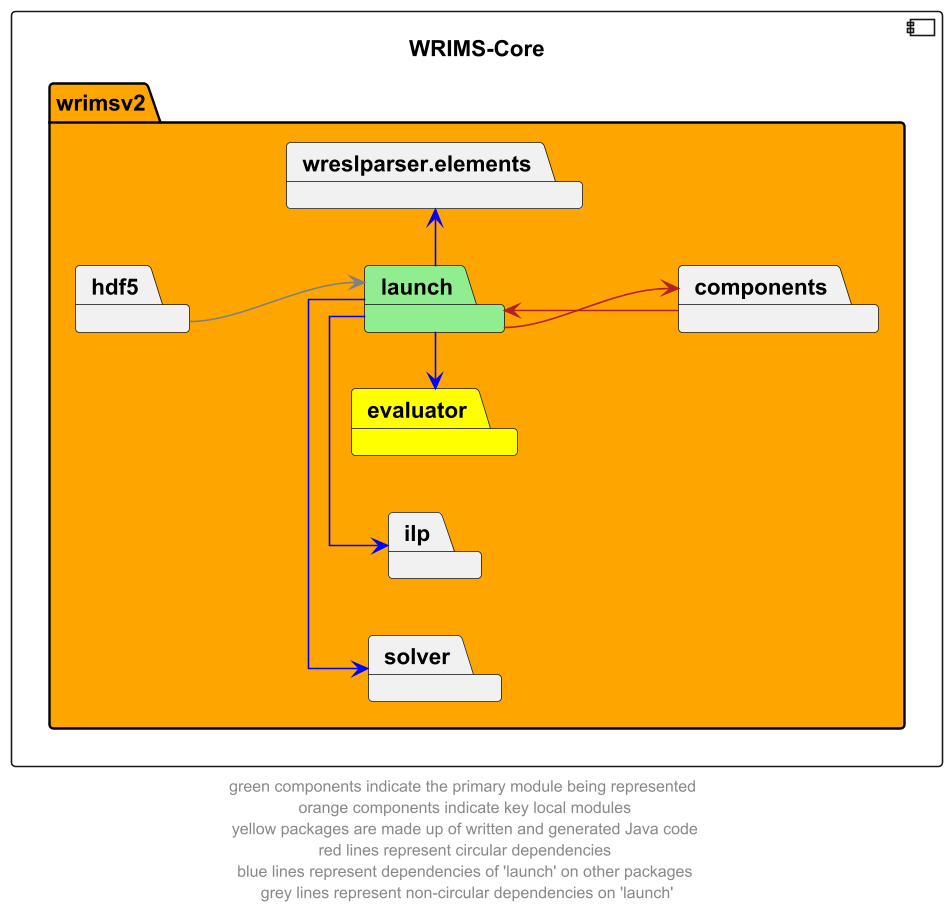
The PlantUML diagram docs/diagrams/wrims-core/wrims-core_launch.png in CentralValleyModeling/wrims-engine, before a commit.
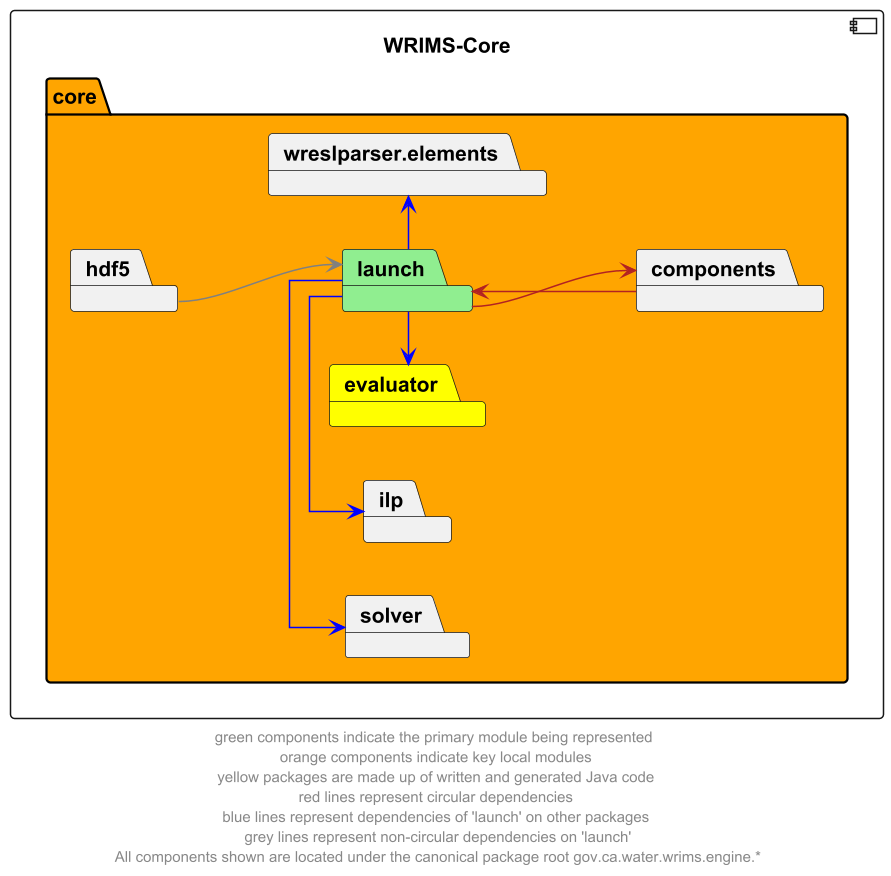
The same file after the commit.

What changed in the source:
```diff
@@ -3,7 +3,7 @@
 skinparam linetype ortho
 
 component wrims_core as "WRIMS-Core"  {
-    package wrimsv2 #orange {
+    package core #orange {
         package launch #lightgreen
         package components
         package evaluator #yellow
@@ -25,5 +25,5 @@
 hdf5 --> launch #grey
 
 
-footer "green components indicate the primary module being represented \n orange components indicate key local modules \n yellow packages are made up of written and generated Java code \n red lines represent circular dependencies \n blue lines represent dependencies of 'launch' on other packages \n grey lines represent non-circular dependencies on 'launch'"
+footer "green components indicate the primary module being represented \n orange components indicate key local modules \n yellow packages are made up of written and generated Java code \n red lines represent circular dependencies \n blue lines represent dependencies of 'launch' on other packages \n grey lines represent non-circular dependencies on 'launch'\n All components shown are located under the canonical package root gov.ca.water.wrims.engine.*"
 @enduml
```
